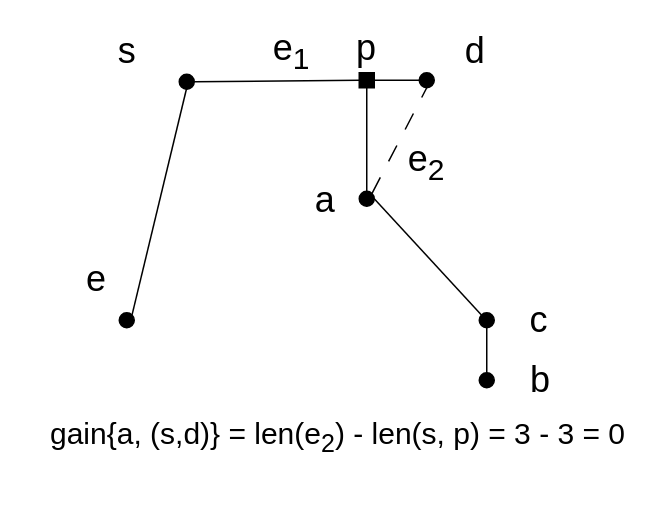
Above: page "Homework7_5" (8 of 10) of images/ECE6133.drawio in 1102131860/ECE6133 (draw.io), before the change. Source tidied: cells renumbered, new cells numbered last; positions are measured from the earlier drawing's top-left corner, leaving out a move shared by most shapes. Both pictures are drawn from the tidied source at 150%, with x=0, y=0 at pixel (38, 26).
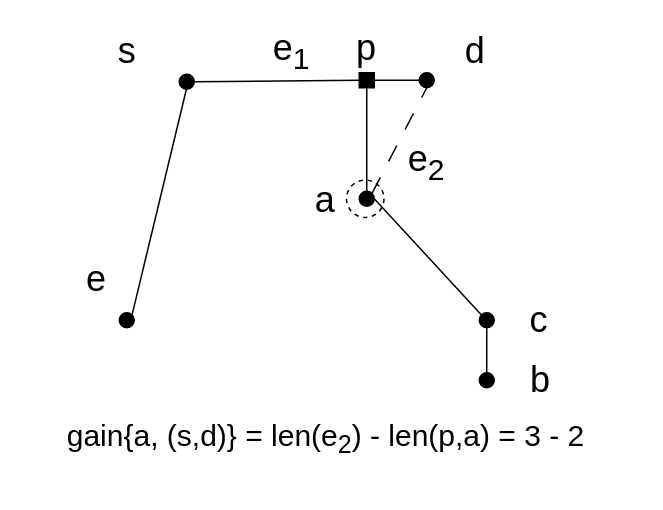
Above is the later version.

The edit, as a diff of the source:
```diff
@@
-    <mxCell id="19" value="&lt;font style=&quot;font-size: 20px;&quot;&gt;gain{a, (s,d)} = len(e&lt;sub&gt;2&lt;/sub&gt;) - len(s, p) = 3 - 3 = 0&lt;/font&gt;" style="text;html=1;align=center;verticalAlign=middle;whiteSpace=wrap;rounded=0;" parent="1" vertex="1">
-      <mxGeometry y="241" width="400" height="65" as="geometry" />
+    <mxCell id="19" value="&lt;font style=&quot;font-size: 20px;&quot;&gt;gain{a, (s,d)} = len(e&lt;sub&gt;2&lt;/sub&gt;) - len(p,a) = 3 - 2&lt;/font&gt;" style="text;html=1;align=center;verticalAlign=middle;whiteSpace=wrap;rounded=0;" parent="1" vertex="1">
+      <mxGeometry x="-8.5" y="247" width="400" height="55" as="geometry" />
     </mxCell>
@@
+    <mxCell id="26" style="ellipse;whiteSpace=wrap;html=1;dashed=1;fillColor=none;gradientColor=none;" parent="1" vertex="1">
+      <mxGeometry x="205.5" y="102.5" width="25" height="25" as="geometry" />
+    </mxCell>
```
